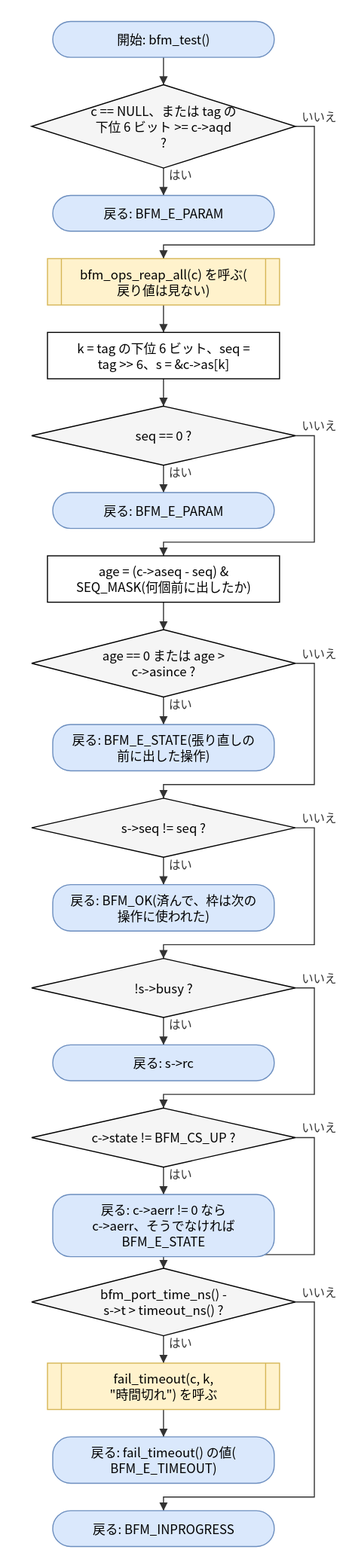
Earlier version of the draw.io export doc/spec/images/flow_src_bfm_async-bfm_test.drawio.svg (hf355051012-ai/bfmem). Source tidied: cells renumbered, new cells last; positions are measured from the earlier drawing's top-left corner, leaving out a move shared by most shapes.
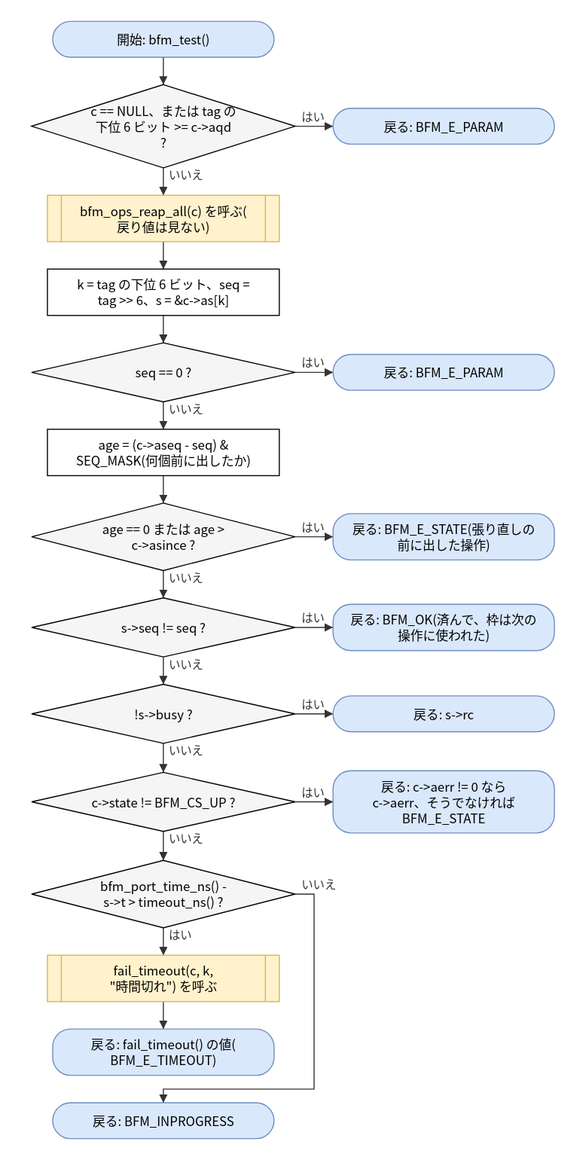
After the commit.

Diff of the diagram source:
```diff
@@ -9,73 +9,67 @@
       <mxGeometry y="60" width="250" height="79" as="geometry" />
     </mxCell>
     <mxCell id="4" value="戻る: BFM_E_PARAM" style="rounded=1;arcSize=50;whiteSpace=wrap;html=1;fillColor=#dae8fc;strokeColor=#6c8ebf;" parent="1" vertex="1">
-      <mxGeometry x="20" y="165" width="210" height="34" as="geometry" />
+      <mxGeometry x="286" y="82.5" width="210" height="34" as="geometry" />
     </mxCell>
     <mxCell id="5" value="bfm_ops_reap_all(c) を呼ぶ(&lt;br&gt;戻り値は見ない)" style="shape=process;whiteSpace=wrap;html=1;backgroundOutline=1;size=0.06;fillColor=#fff2cc;strokeColor=#d6b656;" parent="1" vertex="1">
-      <mxGeometry x="15" y="225" width="220" height="44" as="geometry" />
+      <mxGeometry x="15" y="165" width="220" height="44" as="geometry" />
     </mxCell>
     <mxCell id="6" value="k = tag の下位 6 ビット、seq =&lt;br&gt;tag &amp;gt;&amp;gt; 6、s = &amp;amp;c-&amp;gt;as[k]" style="rounded=0;whiteSpace=wrap;html=1;" parent="1" vertex="1">
-      <mxGeometry x="15" y="295" width="220" height="44" as="geometry" />
+      <mxGeometry x="15" y="235" width="220" height="44" as="geometry" />
     </mxCell>
     <mxCell id="7" value="seq == 0 ?" style="rhombus;whiteSpace=wrap;html=1;fillColor=#f5f5f5;" parent="1" vertex="1">
-      <mxGeometry y="365" width="250" height="56" as="geometry" />
+      <mxGeometry y="305" width="250" height="56" as="geometry" />
     </mxCell>
     <mxCell id="8" value="戻る: BFM_E_PARAM" style="rounded=1;arcSize=50;whiteSpace=wrap;html=1;fillColor=#dae8fc;strokeColor=#6c8ebf;" parent="1" vertex="1">
-      <mxGeometry x="20" y="447" width="210" height="34" as="geometry" />
+      <mxGeometry x="286" y="316" width="210" height="34" as="geometry" />
     </mxCell>
     <mxCell id="9" value="age = (c-&amp;gt;aseq - seq) &amp;amp;&lt;br&gt;SEQ_MASK(何個前に出したか)" style="rounded=0;whiteSpace=wrap;html=1;" parent="1" vertex="1">
-      <mxGeometry x="15" y="507" width="220" height="44" as="geometry" />
+      <mxGeometry x="15" y="387" width="220" height="44" as="geometry" />
     </mxCell>
     <mxCell id="10" value="age == 0 または age &amp;gt;&lt;br&gt;c-&amp;gt;asince ?" style="rhombus;whiteSpace=wrap;html=1;fillColor=#f5f5f5;" parent="1" vertex="1">
-      <mxGeometry y="577" width="250" height="64" as="geometry" />
+      <mxGeometry y="457" width="250" height="64" as="geometry" />
     </mxCell>
     <mxCell id="11" value="戻る: BFM_E_STATE(張り直しの&lt;br&gt;前に出した操作)" style="rounded=1;arcSize=50;whiteSpace=wrap;html=1;fillColor=#dae8fc;strokeColor=#6c8ebf;" parent="1" vertex="1">
-      <mxGeometry x="20" y="667" width="210" height="44" as="geometry" />
+      <mxGeometry x="286" y="467" width="210" height="44" as="geometry" />
     </mxCell>
     <mxCell id="12" value="s-&amp;gt;seq != seq ?" style="rhombus;whiteSpace=wrap;html=1;fillColor=#f5f5f5;" parent="1" vertex="1">
-      <mxGeometry y="737" width="250" height="56" as="geometry" />
+      <mxGeometry y="547" width="250" height="56" as="geometry" />
     </mxCell>
     <mxCell id="13" value="戻る: BFM_OK(済んで、枠は次の&lt;br&gt;操作に使われた)" style="rounded=1;arcSize=50;whiteSpace=wrap;html=1;fillColor=#dae8fc;strokeColor=#6c8ebf;" parent="1" vertex="1">
-      <mxGeometry x="20" y="819" width="210" height="44" as="geometry" />
+      <mxGeometry x="286" y="553" width="210" height="44" as="geometry" />
     </mxCell>
     <mxCell id="14" value="!s-&amp;gt;busy ?" style="rhombus;whiteSpace=wrap;html=1;fillColor=#f5f5f5;" parent="1" vertex="1">
-      <mxGeometry y="889" width="250" height="56" as="geometry" />
+      <mxGeometry y="629" width="250" height="56" as="geometry" />
     </mxCell>
     <mxCell id="15" value="戻る: s-&amp;gt;rc" style="rounded=1;arcSize=50;whiteSpace=wrap;html=1;fillColor=#dae8fc;strokeColor=#6c8ebf;" parent="1" vertex="1">
-      <mxGeometry x="20" y="971" width="210" height="34" as="geometry" />
+      <mxGeometry x="286" y="640" width="210" height="34" as="geometry" />
     </mxCell>
     <mxCell id="16" value="c-&amp;gt;state != BFM_CS_UP ?" style="rhombus;whiteSpace=wrap;html=1;fillColor=#f5f5f5;" parent="1" vertex="1">
-      <mxGeometry y="1031" width="250" height="56" as="geometry" />
+      <mxGeometry y="712.5" width="250" height="56" as="geometry" />
     </mxCell>
     <mxCell id="17" value="戻る: c-&amp;gt;aerr != 0 なら&lt;br&gt;c-&amp;gt;aerr、そうでなければ&lt;br&gt;BFM_E_STATE" style="rounded=1;arcSize=50;whiteSpace=wrap;html=1;fillColor=#dae8fc;strokeColor=#6c8ebf;" parent="1" vertex="1">
-      <mxGeometry x="20" y="1113" width="210" height="59" as="geometry" />
+      <mxGeometry x="286" y="711" width="210" height="59" as="geometry" />
     </mxCell>
     <mxCell id="18" value="bfm_port_time_ns() -&lt;br&gt;s-&amp;gt;t &amp;gt; timeout_ns() ?" style="rhombus;whiteSpace=wrap;html=1;fillColor=#f5f5f5;" parent="1" vertex="1">
-      <mxGeometry y="1183" width="250" height="64" as="geometry" />
+      <mxGeometry y="796" width="250" height="64" as="geometry" />
     </mxCell>
     <mxCell id="19" value="fail_timeout(c, k,&lt;br&gt;&amp;quot;時間切れ&amp;quot;) を呼ぶ" style="shape=process;whiteSpace=wrap;html=1;backgroundOutline=1;size=0.06;fillColor=#fff2cc;strokeColor=#d6b656;" parent="1" vertex="1">
-      <mxGeometry x="15" y="1273" width="220" height="44" as="geometry" />
+      <mxGeometry x="15" y="886" width="220" height="44" as="geometry" />
     </mxCell>
     <mxCell id="20" value="戻る: fail_timeout() の値(&lt;br&gt;BFM_E_TIMEOUT)" style="rounded=1;arcSize=50;whiteSpace=wrap;html=1;fillColor=#dae8fc;strokeColor=#6c8ebf;" parent="1" vertex="1">
-      <mxGeometry x="20" y="1343" width="210" height="44" as="geometry" />
+      <mxGeometry x="20" y="956" width="210" height="44" as="geometry" />
     </mxCell>
     <mxCell id="21" value="戻る: BFM_INPROGRESS" style="rounded=1;arcSize=50;whiteSpace=wrap;html=1;fillColor=#dae8fc;strokeColor=#6c8ebf;" parent="1" vertex="1">
-      <mxGeometry x="20" y="1413" width="210" height="34" as="geometry" />
+      <mxGeometry x="20" y="1026" width="210" height="34" as="geometry" />
     </mxCell>
     <mxCell id="22" style="edgeStyle=none;html=1;rounded=0;endArrow=block;endFill=1;exitX=0.5000;exitY=1.0000;exitDx=0;exitDy=0;exitPerimeter=0;entryX=0.5000;entryY=0.0000;entryDx=0;entryDy=0;entryPerimeter=0;" parent="1" edge="1" source="2" target="3">
       <mxGeometry relative="1" as="geometry" />
     </mxCell>
-    <mxCell id="23" value="はい" style="edgeStyle=none;html=1;rounded=0;endArrow=block;endFill=1;exitX=0.5000;exitY=1.0000;exitDx=0;exitDy=0;exitPerimeter=0;entryX=0.5000;entryY=0.0000;entryDx=0;entryDy=0;entryPerimeter=0;" parent="1" edge="1" source="3" target="4">
+    <mxCell id="23" value="はい" style="edgeStyle=none;html=1;rounded=0;endArrow=block;endFill=1;exitX=1.0000;exitY=0.5000;exitDx=0;exitDy=0;exitPerimeter=0;entryX=0.0000;entryY=0.5000;entryDx=0;entryDy=0;entryPerimeter=0;" parent="1" edge="1" source="3" target="4">
       <mxGeometry relative="1" as="geometry" />
     </mxCell>
-    <mxCell id="24" value="いいえ" style="edgeStyle=none;html=1;rounded=0;endArrow=block;endFill=1;exitX=1.0000;exitY=0.5000;exitDx=0;exitDy=0;exitPerimeter=0;entryX=0.5000;entryY=0.0000;entryDx=0;entryDy=0;entryPerimeter=0;" parent="1" edge="1" source="3" target="5">
-      <mxGeometry relative="1" as="geometry">
-        <Array as="points">
-          <mxPoint x="268" y="99.5" />
-          <mxPoint x="268" y="212" />
-          <mxPoint x="125" y="212" />
-        </Array>
-      </mxGeometry>
+    <mxCell id="24" value="いいえ" style="edgeStyle=none;html=1;rounded=0;endArrow=block;endFill=1;exitX=0.5000;exitY=1.0000;exitDx=0;exitDy=0;exitPerimeter=0;entryX=0.5000;entryY=0.0000;entryDx=0;entryDy=0;entryPerimeter=0;" parent="1" edge="1" source="3" target="5">
+      <mxGeometry relative="1" as="geometry" />
     </mxCell>
     <mxCell id="25" style="edgeStyle=none;html=1;rounded=0;endArrow=block;endFill=1;exitX=0.5000;exitY=1.0000;exitDx=0;exitDy=0;exitPerimeter=0;entryX=0.5000;entryY=0.0000;entryDx=0;entryDy=0;entryPerimeter=0;" parent="1" edge="1" source="5" target="6">
       <mxGeometry relative="1" as="geometry" />
@@ -83,68 +77,38 @@
     <mxCell id="26" style="edgeStyle=none;html=1;rounded=0;endArrow=block;endFill=1;exitX=0.5000;exitY=1.0000;exitDx=0;exitDy=0;exitPerimeter=0;entryX=0.5000;entryY=0.0000;entryDx=0;entryDy=0;entryPerimeter=0;" parent="1" edge="1" source="6" target="7">
       <mxGeometry relative="1" as="geometry" />
     </mxCell>
-    <mxCell id="27" value="はい" style="edgeStyle=none;html=1;rounded=0;endArrow=block;endFill=1;exitX=0.5000;exitY=1.0000;exitDx=0;exitDy=0;exitPerimeter=0;entryX=0.5000;entryY=0.0000;entryDx=0;entryDy=0;entryPerimeter=0;" parent="1" edge="1" source="7" target="8">
+    <mxCell id="27" value="はい" style="edgeStyle=none;html=1;rounded=0;endArrow=block;endFill=1;exitX=1.0000;exitY=0.5000;exitDx=0;exitDy=0;exitPerimeter=0;entryX=0.0000;entryY=0.5000;entryDx=0;entryDy=0;entryPerimeter=0;" parent="1" edge="1" source="7" target="8">
       <mxGeometry relative="1" as="geometry" />
     </mxCell>
-    <mxCell id="28" value="いいえ" style="edgeStyle=none;html=1;rounded=0;endArrow=block;endFill=1;exitX=1.0000;exitY=0.5000;exitDx=0;exitDy=0;exitPerimeter=0;entryX=0.5000;entryY=0.0000;entryDx=0;entryDy=0;entryPerimeter=0;" parent="1" edge="1" source="7" target="9">
-      <mxGeometry relative="1" as="geometry">
-        <Array as="points">
-          <mxPoint x="268" y="393" />
-          <mxPoint x="268" y="494" />
-          <mxPoint x="125" y="494" />
-        </Array>
-      </mxGeometry>
+    <mxCell id="28" value="いいえ" style="edgeStyle=none;html=1;rounded=0;endArrow=block;endFill=1;exitX=0.5000;exitY=1.0000;exitDx=0;exitDy=0;exitPerimeter=0;entryX=0.5000;entryY=0.0000;entryDx=0;entryDy=0;entryPerimeter=0;" parent="1" edge="1" source="7" target="9">
+      <mxGeometry relative="1" as="geometry" />
     </mxCell>
     <mxCell id="29" style="edgeStyle=none;html=1;rounded=0;endArrow=block;endFill=1;exitX=0.5000;exitY=1.0000;exitDx=0;exitDy=0;exitPerimeter=0;entryX=0.5000;entryY=0.0000;entryDx=0;entryDy=0;entryPerimeter=0;" parent="1" edge="1" source="9" target="10">
       <mxGeometry relative="1" as="geometry" />
     </mxCell>
-    <mxCell id="30" value="はい" style="edgeStyle=none;html=1;rounded=0;endArrow=block;endFill=1;exitX=0.5000;exitY=1.0000;exitDx=0;exitDy=0;exitPerimeter=0;entryX=0.5000;entryY=0.0000;entryDx=0;entryDy=0;entryPerimeter=0;" parent="1" edge="1" source="10" target="11">
+    <mxCell id="30" value="はい" style="edgeStyle=none;html=1;rounded=0;endArrow=block;endFill=1;exitX=1.0000;exitY=0.5000;exitDx=0;exitDy=0;exitPerimeter=0;entryX=0.0000;entryY=0.5000;entryDx=0;entryDy=0;entryPerimeter=0;" parent="1" edge="1" source="10" target="11">
       <mxGeometry relative="1" as="geometry" />
     </mxCell>
-    <mxCell id="31" value="いいえ" style="edgeStyle=none;html=1;rounded=0;endArrow=block;endFill=1;exitX=1.0000;exitY=0.5000;exitDx=0;exitDy=0;exitPerimeter=0;entryX=0.5000;entryY=0.0000;entryDx=0;entryDy=0;entryPerimeter=0;" parent="1" edge="1" source="10" target="12">
-      <mxGeometry relative="1" as="geometry">
-        <Array as="points">
-          <mxPoint x="268" y="609" />
-          <mxPoint x="268" y="724" />
-          <mxPoint x="125" y="724" />
-        </Array>
-      </mxGeometry>
+    <mxCell id="31" value="いいえ" style="edgeStyle=none;html=1;rounded=0;endArrow=block;endFill=1;exitX=0.5000;exitY=1.0000;exitDx=0;exitDy=0;exitPerimeter=0;entryX=0.5000;entryY=0.0000;entryDx=0;entryDy=0;entryPerimeter=0;" parent="1" edge="1" source="10" target="12">
+      <mxGeometry relative="1" as="geometry" />
     </mxCell>
-    <mxCell id="32" value="はい" style="edgeStyle=none;html=1;rounded=0;endArrow=block;endFill=1;exitX=0.5000;exitY=1.0000;exitDx=0;exitDy=0;exitPerimeter=0;entryX=0.5000;entryY=0.0000;entryDx=0;entryDy=0;entryPerimeter=0;" parent="1" edge="1" source="12" target="13">
+    <mxCell id="32" value="はい" style="edgeStyle=none;html=1;rounded=0;endArrow=block;endFill=1;exitX=1.0000;exitY=0.5000;exitDx=0;exitDy=0;exitPerimeter=0;entryX=0.0000;entryY=0.5000;entryDx=0;entryDy=0;entryPerimeter=0;" parent="1" edge="1" source="12" target="13">
       <mxGeometry relative="1" as="geometry" />
     </mxCell>
-    <mxCell id="33" value="いいえ" style="edgeStyle=none;html=1;rounded=0;endArrow=block;endFill=1;exitX=1.0000;exitY=0.5000;exitDx=0;exitDy=0;exitPerimeter=0;entryX=0.5000;entryY=0.0000;entryDx=0;entryDy=0;entryPerimeter=0;" parent="1" edge="1" source="12" target="14">
-      <mxGeometry relative="1" as="geometry">
-        <Array as="points">
-          <mxPoint x="268" y="765" />
-          <mxPoint x="268" y="876" />
-          <mxPoint x="125" y="876" />
-        </Array>
-      </mxGeometry>
+    <mxCell id="33" value="いいえ" style="edgeStyle=none;html=1;rounded=0;endArrow=block;endFill=1;exitX=0.5000;exitY=1.0000;exitDx=0;exitDy=0;exitPerimeter=0;entryX=0.5000;entryY=0.0000;entryDx=0;entryDy=0;entryPerimeter=0;" parent="1" edge="1" source="12" target="14">
+      <mxGeometry relative="1" as="geometry" />
     </mxCell>
-    <mxCell id="34" value="はい" style="edgeStyle=none;html=1;rounded=0;endArrow=block;endFill=1;exitX=0.5000;exitY=1.0000;exitDx=0;exitDy=0;exitPerimeter=0;entryX=0.5000;entryY=0.0000;entryDx=0;entryDy=0;entryPerimeter=0;" parent="1" edge="1" source="14" target="15">
+    <mxCell id="34" value="はい" style="edgeStyle=none;html=1;rounded=0;endArrow=block;endFill=1;exitX=1.0000;exitY=0.5000;exitDx=0;exitDy=0;exitPerimeter=0;entryX=0.0000;entryY=0.5000;entryDx=0;entryDy=0;entryPerimeter=0;" parent="1" edge="1" source="14" target="15">
       <mxGeometry relative="1" as="geometry" />
     </mxCell>
-    <mxCell id="35" value="いいえ" style="edgeStyle=none;html=1;rounded=0;endArrow=block;endFill=1;exitX=1.0000;exitY=0.5000;exitDx=0;exitDy=0;exitPerimeter=0;entryX=0.5000;entryY=0.0000;entryDx=0;entryDy=0;entryPerimeter=0;" parent="1" edge="1" source="14" target="16">
-      <mxGeometry relative="1" as="geometry">
-        <Array as="points">
-          <mxPoint x="268" y="917" />
-          <mxPoint x="268" y="1018" />
-          <mxPoint x="125" y="1018" />
-        </Array>
-      </mxGeometry>
+    <mxCell id="35" value="いいえ" style="edgeStyle=none;html=1;rounded=0;endArrow=block;endFill=1;exitX=0.5000;exitY=1.0000;exitDx=0;exitDy=0;exitPerimeter=0;entryX=0.5000;entryY=0.0000;entryDx=0;entryDy=0;entryPerimeter=0;" parent="1" edge="1" source="14" target="16">
+      <mxGeometry relative="1" as="geometry" />
     </mxCell>
-    <mxCell id="36" value="はい" style="edgeStyle=none;html=1;rounded=0;endArrow=block;endFill=1;exitX=0.5000;exitY=1.0000;exitDx=0;exitDy=0;exitPerimeter=0;entryX=0.5000;entryY=0.0000;entryDx=0;entryDy=0;entryPerimeter=0;" parent="1" edge="1" source="16" target="17">
+    <mxCell id="36" value="はい" style="edgeStyle=none;html=1;rounded=0;endArrow=block;endFill=1;exitX=1.0000;exitY=0.5000;exitDx=0;exitDy=0;exitPerimeter=0;entryX=0.0000;entryY=0.5000;entryDx=0;entryDy=0;entryPerimeter=0;" parent="1" edge="1" source="16" target="17">
       <mxGeometry relative="1" as="geometry" />
     </mxCell>
-    <mxCell id="37" value="いいえ" style="edgeStyle=none;html=1;rounded=0;endArrow=block;endFill=1;exitX=1.0000;exitY=0.5000;exitDx=0;exitDy=0;exitPerimeter=0;entryX=0.5000;entryY=0.0000;entryDx=0;entryDy=0;entryPerimeter=0;" parent="1" edge="1" source="16" target="18">
-      <mxGeometry relative="1" as="geometry">
-        <Array as="points">
-          <mxPoint x="268" y="1059" />
-          <mxPoint x="268" y="1170" />
-          <mxPoint x="125" y="1170" />
-        </Array>
-      </mxGeometry>
+    <mxCell id="37" value="いいえ" style="edgeStyle=none;html=1;rounded=0;endArrow=block;endFill=1;exitX=0.5000;exitY=1.0000;exitDx=0;exitDy=0;exitPerimeter=0;entryX=0.5000;entryY=0.0000;entryDx=0;entryDy=0;entryPerimeter=0;" parent="1" edge="1" source="16" target="18">
+      <mxGeometry relative="1" as="geometry" />
     </mxCell>
     <mxCell id="38" value="はい" style="edgeStyle=none;html=1;rounded=0;endArrow=block;endFill=1;exitX=0.5000;exitY=1.0000;exitDx=0;exitDy=0;exitPerimeter=0;entryX=0.5000;entryY=0.0000;entryDx=0;entryDy=0;entryPerimeter=0;" parent="1" edge="1" source="18" target="19">
       <mxGeometry relative="1" as="geometry" />
@@ -155,9 +119,9 @@
     <mxCell id="40" value="いいえ" style="edgeStyle=none;html=1;rounded=0;endArrow=block;endFill=1;exitX=1.0000;exitY=0.5000;exitDx=0;exitDy=0;exitPerimeter=0;entryX=0.5000;entryY=0.0000;entryDx=0;entryDy=0;entryPerimeter=0;" parent="1" edge="1" source="18" target="21">
       <mxGeometry relative="1" as="geometry">
         <Array as="points">
-          <mxPoint x="268" y="1215" />
-          <mxPoint x="268" y="1400" />
-          <mxPoint x="125" y="1400" />
+          <mxPoint x="268" y="828" />
+          <mxPoint x="268" y="1013" />
+          <mxPoint x="125" y="1013" />
         </Array>
       </mxGeometry>
     </mxCell>
```
